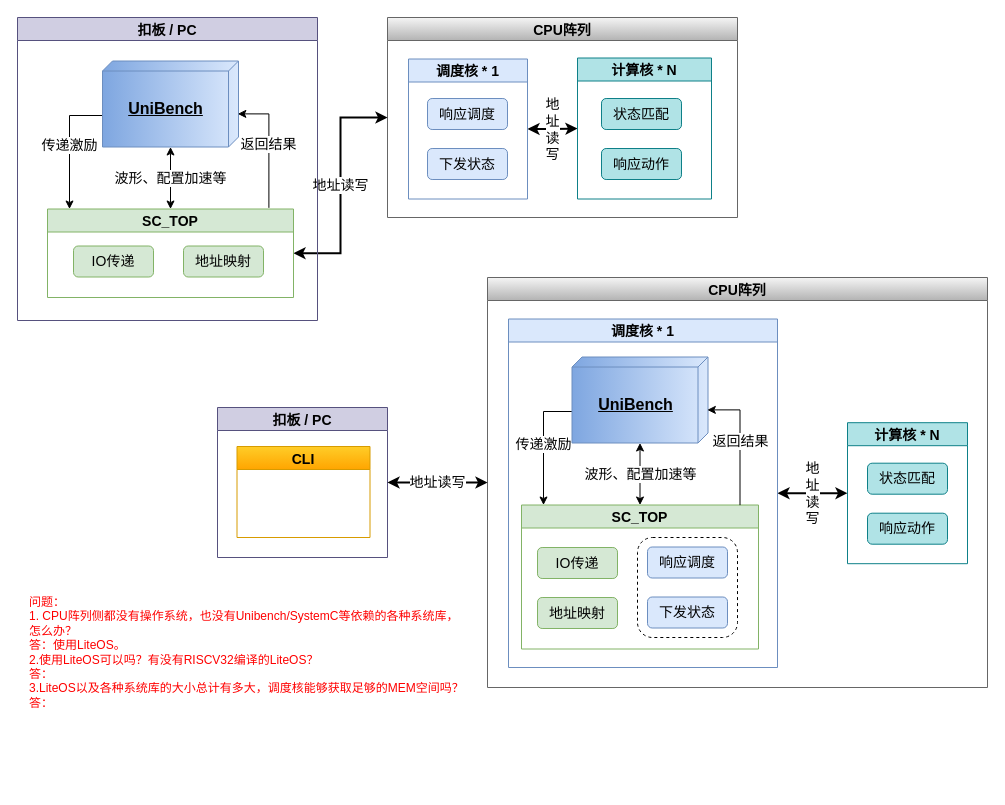
Dercury/CLDK keeps this draw.io diagram as page "平台迁移" (1 of 2) of verilator_digrams/aync_comm.drawio. Above is the earlier version. Source tidied: cells renumbered, new cells numbered last; positions are measured from the earlier drawing's top-left corner, leaving out a move shared by most shapes. Both pictures are drawn from the tidied source at 100%, with x=0, y=0 at pixel (17, 17).
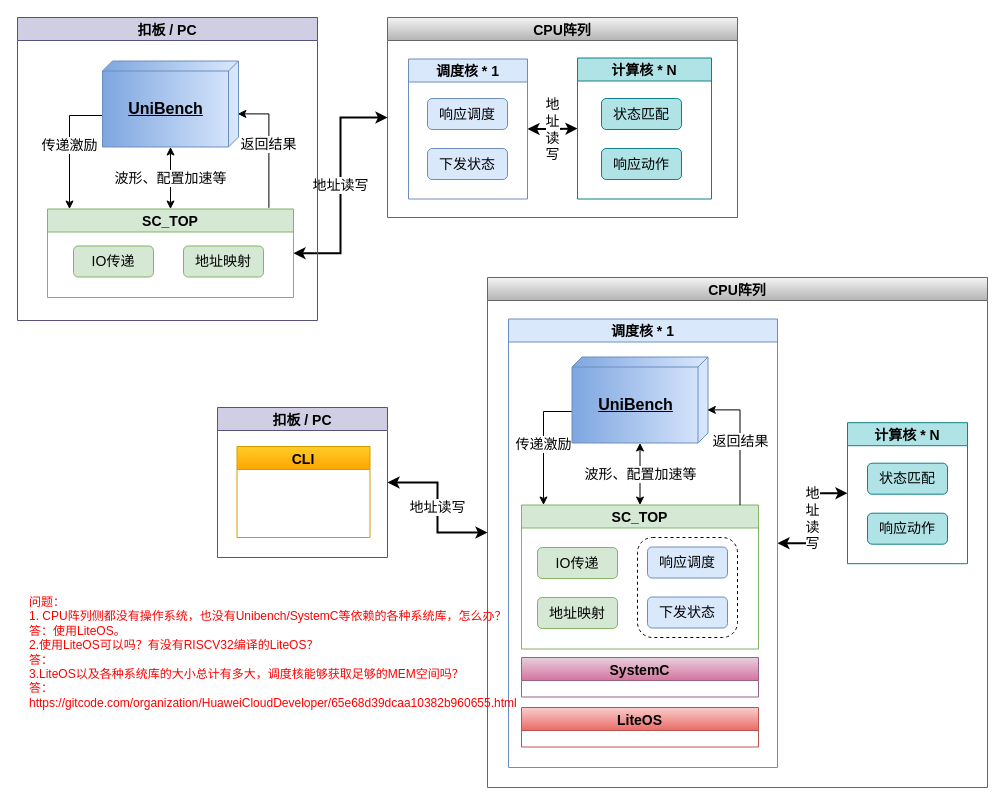
After the change.

Diff of the diagram source:
```diff
@@
     <mxCell id="19" value="CPU阵列" style="swimlane;fontSize=14;fillColor=#f5f5f5;strokeColor=#666666;gradientColor=#b3b3b3;" parent="1" vertex="1">
-      <mxGeometry x="470" y="260" width="500" height="410" as="geometry" />
+      <mxGeometry x="470" y="260" width="500" height="510" as="geometry" />
     </mxCell>
@@
     <mxCell id="21" value="调度核 * 1" style="swimlane;fontSize=14;fillColor=#dae8fc;strokeColor=#6c8ebf;" parent="19" vertex="1">
-      <mxGeometry x="21" y="41.5" width="269" height="348.5" as="geometry" />
+      <mxGeometry x="21" y="41.5" width="269" height="448.5" as="geometry" />
     </mxCell>
@@
+    <mxCell id="40" value="LiteOS" style="swimlane;fontSize=14;fillColor=#f8cecc;strokeColor=#b85450;gradientColor=#ea6b66;" parent="21" vertex="1">
+      <mxGeometry x="13" y="388.5" width="237" height="39.5" as="geometry" />
+    </mxCell>
+    <mxCell id="41" value="SystemC" style="swimlane;fontSize=14;fillColor=#e6d0de;strokeColor=#996185;gradientColor=#d5739d;" parent="21" vertex="1">
+      <mxGeometry x="13" y="338.5" width="237" height="39.5" as="geometry" />
+    </mxCell>
@@
-    <mxCell id="39" value="问题：&lt;div&gt;1. CPU阵列侧都没有操作系统，也没有Unibench/SystemC等依赖的各种系统库，怎么办？&lt;/div&gt;&lt;div&gt;答：使用LiteOS。&lt;/div&gt;&lt;div&gt;2.使用LiteOS可以吗？有没有RISCV32编译的LiteOS？&lt;/div&gt;&lt;div&gt;答：&lt;/div&gt;&lt;div&gt;3.LiteOS以及各种系统库的大小总计有多大，调度核能够获取足够的MEM空间吗？&lt;/div&gt;&lt;div&gt;答：&lt;/div&gt;" style="text;html=1;align=left;verticalAlign=middle;whiteSpace=wrap;rounded=0;fontColor=#FF0000;" parent="1" vertex="1">
+    <mxCell id="39" value="问题：&lt;div&gt;1. CPU阵列侧都没有操作系统，也没有Unibench/SystemC等依赖的各种系统库，怎么办？&lt;/div&gt;&lt;div&gt;答：使用LiteOS。&lt;/div&gt;&lt;div&gt;2.使用LiteOS可以吗？有没有RISCV32编译的LiteOS？&lt;/div&gt;&lt;div&gt;答：&lt;/div&gt;&lt;div&gt;3.LiteOS以及各种系统库的大小总计有多大，调度核能够获取足够的MEM空间吗？&lt;/div&gt;&lt;div&gt;答：https://gitcode.com/organization/HuaweiCloudDeveloper/65e68d39dcaa10382b960655.html&lt;/div&gt;" style="text;html=1;align=left;verticalAlign=middle;whiteSpace=wrap;rounded=0;fontColor=#FF0000;" parent="1" vertex="1">
       <mxGeometry x="10" y="550" width="440" height="170" as="geometry" />
     </mxCell>
```
